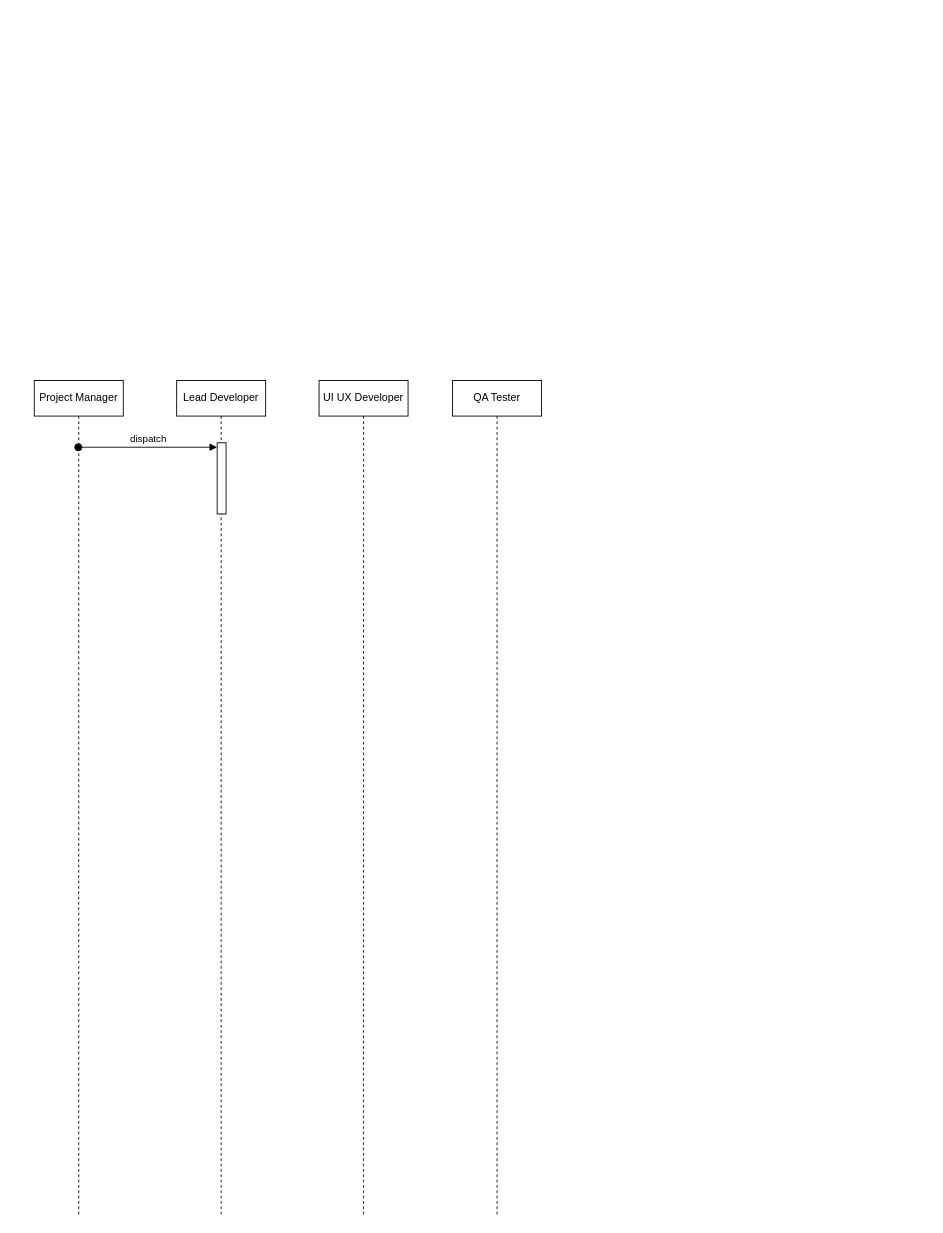
Earlier version of the draw.io diagram page "PM" (1 of 2) of workflow_between_roles.drawio (Team-CoreX-SFU/UML). Source tidied: cells renumbered, new cells numbered last; positions are measured from the earlier drawing's top-left corner, leaving out a move shared by most shapes. Both pictures are drawn from the tidied source at 89%, with x=0, y=0 at pixel (34, 380).
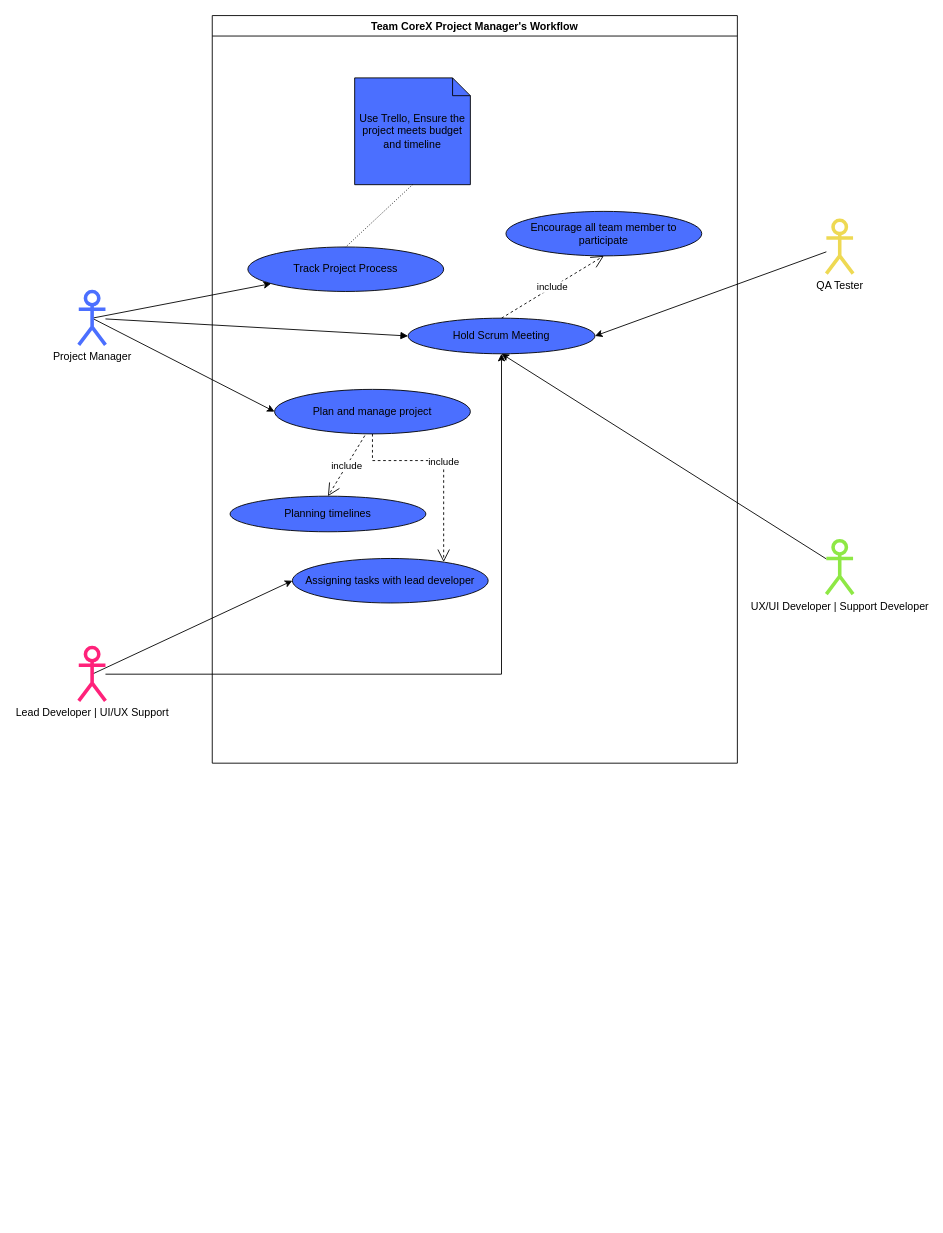
Above is the later version.

Change to the diagram source:
```diff
@@
-    <mxCell id="2" value="Lead Developer" style="shape=umlLifeline;perimeter=lifelinePerimeter;whiteSpace=wrap;html=1;newEdgeStyle={&quot;curved&quot;:0,&quot;rounded&quot;:0};" parent="1" vertex="1">
-      <mxGeometry x="160" width="100" height="940" as="geometry" />
-    </mxCell>
-    <mxCell id="3" style="html=1;points=[[0,0,0,0,5],[0,1,0,0,-5],[1,0,0,0,5],[1,1,0,0,-5]];perimeter=orthogonalPerimeter;outlineConnect=0;targetShapes=umlLifeline;portConstraint=eastwest;newEdgeStyle={&quot;curved&quot;:0,&quot;rounded&quot;:0};" parent="2" vertex="1">
-      <mxGeometry x="45.5" y="70" width="10" height="80" as="geometry" />
-    </mxCell>
+    <mxCell id="8" style="rounded=0;jettySize=auto;html=1;exitX=0.5;exitY=0.5;exitDx=0;exitDy=0;exitPerimeter=0;" parent="1" edge="1" source="4" target="20">
+      <mxGeometry relative="1" as="geometry" />
+    </mxCell>
+    <mxCell id="9" style="rounded=0;jettySize=auto;html=1;exitX=0.5;exitY=0.5;exitDx=0;exitDy=0;exitPerimeter=0;entryX=0;entryY=0.5;entryDx=0;entryDy=0;" parent="1" edge="1" source="4" target="21">
+      <mxGeometry relative="1" as="geometry" />
+    </mxCell>
-    <mxCell id="4" value="Project Manager" style="shape=umlLifeline;perimeter=lifelinePerimeter;whiteSpace=wrap;html=1;outlineConnect=0;portConstraint=eastwest;newEdgeStyle={&quot;curved&quot;:0,&quot;rounded&quot;:0};" parent="1" vertex="1">
-      <mxGeometry width="100" height="940" as="geometry" />
+    <mxCell id="4" value="Project Manager" style="shape=umlActor;verticalLabelPosition=bottom;verticalAlign=top;html=1;strokeColor=#4B6FFF;strokeWidth=4;" parent="1" vertex="1">
+      <mxGeometry x="50" y="-100" width="30" height="60" as="geometry" />
     </mxCell>
-    <mxCell id="5" value="UI UX Developer" style="shape=umlLifeline;perimeter=lifelinePerimeter;whiteSpace=wrap;html=1;newEdgeStyle={&quot;curved&quot;:0,&quot;rounded&quot;:0};" parent="1" vertex="1">
-      <mxGeometry x="320" width="100" height="940" as="geometry" />
-    </mxCell>
+    <mxCell id="10" style="rounded=0;jettySize=auto;html=1;entryX=0.5;entryY=1;entryDx=0;entryDy=0;edgeStyle=orthogonalEdgeStyle;" parent="1" edge="1" source="12" target="17">
+      <mxGeometry relative="1" as="geometry" />
+    </mxCell>
+    <mxCell id="11" style="rounded=0;jettySize=auto;html=1;exitX=0.5;exitY=0.5;exitDx=0;exitDy=0;exitPerimeter=0;entryX=0;entryY=0.5;entryDx=0;entryDy=0;" parent="1" edge="1" source="12" target="26">
+      <mxGeometry relative="1" as="geometry" />
+    </mxCell>
+    <mxCell id="12" value="Lead Developer | UI/UX Support" style="shape=umlActor;verticalLabelPosition=bottom;verticalAlign=top;html=1;strokeColor=#FF227A;strokeWidth=4;" parent="1" vertex="1">
+      <mxGeometry x="50" y="300" width="30" height="60" as="geometry" />
+    </mxCell>
+    <mxCell id="13" style="rounded=0;jettySize=auto;html=1;entryX=0.5;entryY=1;entryDx=0;entryDy=0;" parent="1" edge="1" source="14" target="17">
+      <mxGeometry relative="1" as="geometry" />
+    </mxCell>
+    <mxCell id="14" value="UX/UI Developer | Support Developer" style="shape=umlActor;verticalLabelPosition=bottom;verticalAlign=top;html=1;strokeColor=light-dark(#8ee845, #ededed);strokeWidth=4;" parent="1" vertex="1">
+      <mxGeometry x="890" y="180" width="30" height="60" as="geometry" />
+    </mxCell>
+    <mxCell id="15" style="rounded=0;jettySize=auto;html=1;entryX=1;entryY=0.5;entryDx=0;entryDy=0;" parent="1" edge="1" source="6" target="17">
+      <mxGeometry relative="1" as="geometry" />
+    </mxCell>
-    <mxCell id="6" value="QA Tester" style="shape=umlLifeline;perimeter=lifelinePerimeter;whiteSpace=wrap;html=1;outlineConnect=0;portConstraint=eastwest;newEdgeStyle={&quot;curved&quot;:0,&quot;rounded&quot;:0};" parent="1" vertex="1">
-      <mxGeometry x="470" width="100" height="940" as="geometry" />
+    <mxCell id="6" value="QA Tester" style="shape=umlActor;verticalLabelPosition=bottom;verticalAlign=top;html=1;strokeColor=light-dark(#eed953, #ededed);strokeWidth=4;" parent="1" vertex="1">
+      <mxGeometry x="890" y="-180" width="30" height="60" as="geometry" />
     </mxCell>
-    <mxCell id="7" value="dispatch" style="html=1;verticalAlign=bottom;startArrow=oval;endArrow=block;startSize=8;curved=0;rounded=0;entryX=0;entryY=0;entryDx=0;entryDy=5;" parent="1" edge="1" source="4" target="3">
-      <mxGeometry relative="1" as="geometry" />
-    </mxCell>
+    <mxCell id="16" value="Team CoreX Project Manager's Workflow" style="swimlane;" parent="1" vertex="1">
+      <mxGeometry x="200" y="-410" width="590" height="840" as="geometry" />
+    </mxCell>
+    <mxCell id="17" value="Hold Scrum Meeting" style="ellipse;whiteSpace=wrap;html=1;align=center;fillColor=#4B6FFF;" parent="16" vertex="1">
+      <mxGeometry x="220" y="340" width="210" height="40" as="geometry" />
+    </mxCell>
+    <mxCell id="18" value="Use Trello, Ensure the project meets budget and timeline" style="shape=note;size=20;whiteSpace=wrap;html=1;fillColor=#4B6FFF;" parent="16" vertex="1">
+      <mxGeometry x="160" y="70" width="130" height="120" as="geometry" />
+    </mxCell>
+    <mxCell id="19" value="Encourage all team member to participate" style="ellipse;whiteSpace=wrap;html=1;align=center;fillColor=#4B6FFF;" parent="16" vertex="1">
+      <mxGeometry x="330" y="220" width="220" height="50" as="geometry" />
+    </mxCell>
+    <mxCell id="20" value="Track Project Process" style="ellipse;whiteSpace=wrap;html=1;align=center;fillColor=#4B6FFF;" parent="16" vertex="1">
+      <mxGeometry x="40" y="260" width="220" height="50" as="geometry" />
+    </mxCell>
+    <mxCell id="21" value="Plan and manage project" style="ellipse;whiteSpace=wrap;html=1;align=center;fillColor=#4B6FFF;" parent="16" vertex="1">
+      <mxGeometry x="70" y="420" width="220" height="50" as="geometry" />
+    </mxCell>
+    <mxCell id="22" style="endArrow=none;html=1;rounded=0;dashed=1;dashPattern=1 2;exitX=0.5;exitY=1;exitDx=0;exitDy=0;exitPerimeter=0;entryX=0.5;entryY=0;entryDx=0;entryDy=0;" parent="16" edge="1" source="18" target="20">
+      <mxGeometry relative="1" as="geometry" />
+    </mxCell>
+    <mxCell id="23" style="html=1;whiteSpace=wrap;align=right;verticalAlign=bottom;" parent="22" vertex="1">
+      <mxGeometry x="1" relative="1" as="geometry" />
+    </mxCell>
+    <mxCell id="24" value="include" style="endArrow=open;endSize=12;dashed=1;html=1;rounded=0;entryX=0.5;entryY=1;entryDx=0;entryDy=0;exitX=0.5;exitY=0;exitDx=0;exitDy=0;" parent="16" edge="1" source="17" target="19">
+      <mxGeometry relative="1" as="geometry" />
+    </mxCell>
+    <mxCell id="25" value="Planning timelines" style="ellipse;whiteSpace=wrap;html=1;align=center;fillColor=#4B6FFF;" parent="16" vertex="1">
+      <mxGeometry x="20" y="540" width="220" height="40" as="geometry" />
+    </mxCell>
+    <mxCell id="26" value="Assigning tasks with lead developer" style="ellipse;whiteSpace=wrap;html=1;align=center;fillColor=#4B6FFF;" parent="16" vertex="1">
+      <mxGeometry x="90" y="610" width="220" height="50" as="geometry" />
+    </mxCell>
+    <mxCell id="27" value="include" style="endArrow=open;endSize=12;dashed=1;html=1;rounded=0;entryX=0.5;entryY=0;entryDx=0;entryDy=0;exitX=0.461;exitY=1.038;exitDx=0;exitDy=0;exitPerimeter=0;" parent="16" edge="1" source="21" target="25">
+      <mxGeometry relative="1" as="geometry" />
+    </mxCell>
+    <mxCell id="28" value="include" style="endArrow=open;endSize=12;dashed=1;html=1;rounded=0;exitX=0.5;exitY=1;exitDx=0;exitDy=0;edgeStyle=orthogonalEdgeStyle;" parent="16" edge="1" source="21" target="26">
+      <mxGeometry relative="1" as="geometry">
+        <Array as="points">
+          <mxPoint x="180" y="500" />
+          <mxPoint x="260" y="500" />
+        </Array>
+      </mxGeometry>
+    </mxCell>
+    <mxCell id="29" style="html=1;verticalAlign=bottom;endArrow=block;curved=0;rounded=0;entryX=0;entryY=0.5;entryDx=0;entryDy=0;" parent="1" edge="1" source="4" target="17">
+      <mxGeometry relative="1" as="geometry" />
+    </mxCell>
```
